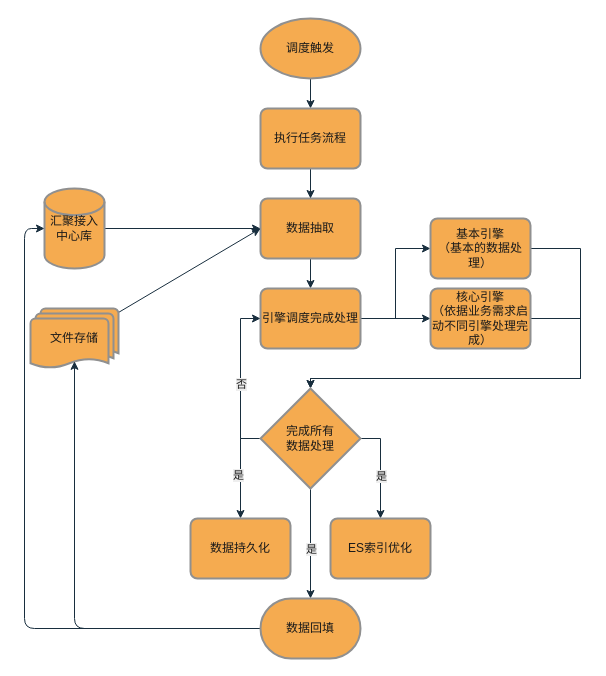
The draw.io diagram zyyt/引擎工作流程图.drawio in arno-yu/diagrams, before the edit. Source tidied: cells renumbered, new cells numbered last; positions are measured from the earlier drawing's top-left corner, leaving out a move shared by most shapes. Both pictures are drawn from the tidied source at 100%, with x=0, y=0 at pixel (30, 18).
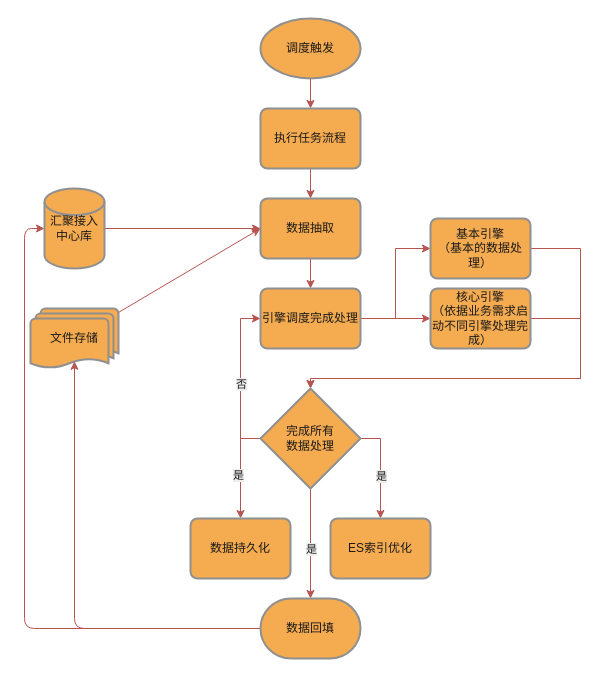
The same page after the edit.

Commit message (it also covers changes not shown here):
Update 引擎工作流程图.drawio

The change refers to these unchanged cells:
```xml
<mxCell id="3" value="数据抽取" style="rounded=1;whiteSpace=wrap;html=1;absoluteArcSize=1;arcSize=14;strokeWidth=2;fillColor=#F5AB50;strokeColor=#909090;fontColor=#1A1A1A;" parent="1" vertex="1">
  <mxGeometry x="230" y="180" width="100" height="60" as="geometry" />
</mxCell>
<mxCell id="5" value="汇聚接入中心库" style="strokeWidth=2;html=1;shape=mxgraph.flowchart.database;whiteSpace=wrap;fillColor=#F5AB50;strokeColor=#909090;fontColor=#1A1A1A;" parent="1" vertex="1">
  <mxGeometry x="14" y="170" width="60" height="80" as="geometry" />
</mxCell>
<mxCell id="7" value="文件存储" style="strokeWidth=2;html=1;shape=mxgraph.flowchart.multi-document;whiteSpace=wrap;fillColor=#F5AB50;strokeColor=#909090;fontColor=#1A1A1A;" parent="1" vertex="1">
  <mxGeometry y="290" width="88" height="60" as="geometry" />
</mxCell>
<mxCell id="9" value="&lt;span&gt;调度触发&lt;/span&gt;" style="strokeWidth=2;html=1;shape=mxgraph.flowchart.start_1;whiteSpace=wrap;fillColor=#F5AB50;strokeColor=#909090;fontColor=#1A1A1A;" parent="1" vertex="1">
  <mxGeometry x="230" width="100" height="60" as="geometry" />
</mxCell>
<mxCell id="12" value="引擎调度完成处理" style="rounded=1;whiteSpace=wrap;html=1;absoluteArcSize=1;arcSize=14;strokeWidth=2;fillColor=#F5AB50;strokeColor=#909090;fontColor=#1A1A1A;" parent="1" vertex="1">
  <mxGeometry x="230" y="270" width="100" height="60" as="geometry" />
</mxCell>
<mxCell id="14" value="执行任务流程" style="rounded=1;whiteSpace=wrap;html=1;absoluteArcSize=1;arcSize=14;strokeWidth=2;fillColor=#F5AB50;strokeColor=#909090;fontColor=#1A1A1A;" parent="1" vertex="1">
  <mxGeometry x="230" y="90" width="100" height="60" as="geometry" />
</mxCell>
<mxCell id="16" value="基本引擎&lt;br&gt;（基本的数据处理）&lt;br&gt;" style="rounded=1;whiteSpace=wrap;html=1;absoluteArcSize=1;arcSize=14;strokeWidth=2;fillColor=#F5AB50;strokeColor=#909090;fontColor=#1A1A1A;" parent="1" vertex="1">
  <mxGeometry x="400" y="200" width="100" height="60" as="geometry" />
</mxCell>
<mxCell id="18" value="核心引擎&lt;br&gt;（依据业务需求启动不同引擎处理完成）&lt;br&gt;" style="rounded=1;whiteSpace=wrap;html=1;absoluteArcSize=1;arcSize=14;strokeWidth=2;fillColor=#F5AB50;strokeColor=#909090;fontColor=#1A1A1A;" parent="1" vertex="1">
  <mxGeometry x="400" y="270" width="100" height="60" as="geometry" />
</mxCell>
<mxCell id="27" value="完成所有&lt;br&gt;数据处理" style="strokeWidth=2;html=1;shape=mxgraph.flowchart.decision;whiteSpace=wrap;fillColor=#F5AB50;strokeColor=#909090;fontColor=#1A1A1A;" parent="1" vertex="1">
  <mxGeometry x="230" y="370" width="100" height="100" as="geometry" />
</mxCell>
<mxCell id="30" value="数据回填" style="strokeWidth=2;html=1;shape=mxgraph.flowchart.terminator;whiteSpace=wrap;fillColor=#F5AB50;strokeColor=#909090;fontColor=#1A1A1A;" parent="1" vertex="1">
  <mxGeometry x="230" y="580" width="100" height="60" as="geometry" />
</mxCell>
<mxCell id="31" value="数据持久化" style="rounded=1;whiteSpace=wrap;html=1;absoluteArcSize=1;arcSize=14;strokeWidth=2;fillColor=#F5AB50;strokeColor=#909090;fontColor=#1A1A1A;" parent="1" vertex="1">
  <mxGeometry x="160" y="500" width="100" height="60" as="geometry" />
</mxCell>
<mxCell id="32" value="ES索引优化" style="rounded=1;whiteSpace=wrap;html=1;absoluteArcSize=1;arcSize=14;strokeWidth=2;fillColor=#F5AB50;strokeColor=#909090;fontColor=#1A1A1A;" parent="1" vertex="1">
  <mxGeometry x="300" y="500" width="100" height="60" as="geometry" />
</mxCell>
```

The edit, as a diff of the source:
```diff
@@
-    <mxCell id="2" style="edgeStyle=orthogonalEdgeStyle;rounded=0;jettySize=auto;html=1;entryX=0.5;entryY=0;entryDx=0;entryDy=0;strokeColor=#182E3E;fontColor=#1A1A1A;labelBackgroundColor=#EEEEEE;" parent="1" edge="1" source="3" target="12">
+    <mxCell id="2" style="edgeStyle=orthogonalEdgeStyle;rounded=0;jettySize=auto;html=1;entryX=0.5;entryY=0;entryDx=0;entryDy=0;strokeColor=#b85450;fontColor=#1A1A1A;labelBackgroundColor=#EEEEEE;gradientColor=#ea6b66;fillColor=#f8cecc;" parent="1" edge="1" source="3" target="12">
       <mxGeometry relative="1" as="geometry" />
     </mxCell>
@@
-    <mxCell id="4" style="edgeStyle=none;rounded=1;sketch=0;jettySize=auto;html=1;fontColor=#1A1A1A;strokeColor=#182E3E;" parent="1" edge="1" source="5" target="3">
+    <mxCell id="4" style="edgeStyle=none;rounded=1;sketch=0;jettySize=auto;html=1;fontColor=#1A1A1A;strokeColor=#b85450;gradientColor=#ea6b66;fillColor=#f8cecc;" parent="1" edge="1" source="5" target="3">
       <mxGeometry relative="1" as="geometry" />
     </mxCell>
@@
-    <mxCell id="6" style="edgeStyle=none;rounded=1;sketch=0;jettySize=auto;html=1;entryX=0;entryY=0.5;entryDx=0;entryDy=0;fontColor=#1A1A1A;strokeColor=#182E3E;" parent="1" edge="1" source="7" target="3">
+    <mxCell id="6" style="edgeStyle=none;rounded=1;sketch=0;jettySize=auto;html=1;entryX=0;entryY=0.5;entryDx=0;entryDy=0;fontColor=#1A1A1A;strokeColor=#b85450;gradientColor=#ea6b66;fillColor=#f8cecc;" parent="1" edge="1" source="7" target="3">
       <mxGeometry relative="1" as="geometry" />
     </mxCell>
@@
-    <mxCell id="8" style="edgeStyle=orthogonalEdgeStyle;rounded=0;jettySize=auto;html=1;strokeColor=#182E3E;fontColor=#1A1A1A;labelBackgroundColor=#EEEEEE;" parent="1" edge="1" source="9" target="14">
+    <mxCell id="8" style="edgeStyle=orthogonalEdgeStyle;rounded=0;jettySize=auto;html=1;strokeColor=#b85450;fontColor=#1A1A1A;labelBackgroundColor=#EEEEEE;gradientColor=#ea6b66;fillColor=#f8cecc;" parent="1" edge="1" source="9" target="14">
       <mxGeometry relative="1" as="geometry" />
     </mxCell>
@@
-    <mxCell id="10" style="edgeStyle=orthogonalEdgeStyle;rounded=0;jettySize=auto;html=1;strokeColor=#182E3E;fontColor=#1A1A1A;labelBackgroundColor=#EEEEEE;" parent="1" edge="1" source="12" target="18">
+    <mxCell id="10" style="edgeStyle=orthogonalEdgeStyle;rounded=0;jettySize=auto;html=1;strokeColor=#b85450;fontColor=#1A1A1A;labelBackgroundColor=#EEEEEE;gradientColor=#ea6b66;fillColor=#f8cecc;" parent="1" edge="1" source="12" target="18">
       <mxGeometry relative="1" as="geometry" />
     </mxCell>
-    <mxCell id="11" style="edgeStyle=orthogonalEdgeStyle;rounded=0;jettySize=auto;html=1;entryX=0;entryY=0.5;entryDx=0;entryDy=0;strokeColor=#182E3E;fontColor=#1A1A1A;labelBackgroundColor=#EEEEEE;" parent="1" edge="1" source="12" target="16">
+    <mxCell id="11" style="edgeStyle=orthogonalEdgeStyle;rounded=0;jettySize=auto;html=1;entryX=0;entryY=0.5;entryDx=0;entryDy=0;strokeColor=#b85450;fontColor=#1A1A1A;labelBackgroundColor=#EEEEEE;gradientColor=#ea6b66;fillColor=#f8cecc;" parent="1" edge="1" source="12" target="16">
       <mxGeometry relative="1" as="geometry" />
     </mxCell>
@@
-    <mxCell id="13" style="edgeStyle=orthogonalEdgeStyle;rounded=0;jettySize=auto;html=1;strokeColor=#182E3E;fontColor=#1A1A1A;labelBackgroundColor=#EEEEEE;" parent="1" edge="1" source="14" target="3">
+    <mxCell id="13" style="edgeStyle=orthogonalEdgeStyle;rounded=0;jettySize=auto;html=1;strokeColor=#b85450;fontColor=#1A1A1A;labelBackgroundColor=#EEEEEE;gradientColor=#ea6b66;fillColor=#f8cecc;" parent="1" edge="1" source="14" target="3">
       <mxGeometry relative="1" as="geometry" />
     </mxCell>
@@
-    <mxCell id="15" style="edgeStyle=orthogonalEdgeStyle;rounded=0;jettySize=auto;html=1;strokeColor=#182E3E;fontColor=#1A1A1A;labelBackgroundColor=#EEEEEE;" parent="1" edge="1" source="16" target="27">
+    <mxCell id="15" style="edgeStyle=orthogonalEdgeStyle;rounded=0;jettySize=auto;html=1;strokeColor=#b85450;fontColor=#1A1A1A;labelBackgroundColor=#EEEEEE;fillColor=#f8cecc;gradientColor=#ea6b66;" parent="1" edge="1" source="16" target="27">
       <mxGeometry relative="1" as="geometry">
         <Array as="points">
           <mxPoint x="550" y="230" />
           <mxPoint x="550" y="360" />
           <mxPoint x="280" y="360" />
         </Array>
       </mxGeometry>
     </mxCell>
@@
-    <mxCell id="17" style="edgeStyle=orthogonalEdgeStyle;rounded=0;jettySize=auto;html=1;entryX=0.5;entryY=0;entryDx=0;entryDy=0;entryPerimeter=0;strokeColor=#182E3E;fontColor=#1A1A1A;labelBackgroundColor=#EEEEEE;" parent="1" edge="1" source="18" target="27">
+    <mxCell id="17" style="edgeStyle=orthogonalEdgeStyle;rounded=0;jettySize=auto;html=1;entryX=0.5;entryY=0;entryDx=0;entryDy=0;entryPerimeter=0;strokeColor=#b85450;fontColor=#1A1A1A;labelBackgroundColor=#EEEEEE;gradientColor=#ea6b66;fillColor=#f8cecc;" parent="1" edge="1" source="18" target="27">
       <mxGeometry relative="1" as="geometry">
         <Array as="points">
           <mxPoint x="550" y="300" />
           <mxPoint x="550" y="360" />
           <mxPoint x="280" y="360" />
         </Array>
       </mxGeometry>
     </mxCell>
@@
-    <mxCell id="19" style="edgeStyle=orthogonalEdgeStyle;rounded=0;jettySize=auto;html=1;entryX=0.5;entryY=0;entryDx=0;entryDy=0;entryPerimeter=0;strokeColor=#182E3E;fontColor=#1A1A1A;labelBackgroundColor=#EEEEEE;" parent="1" edge="1" source="27" target="30">
+    <mxCell id="19" style="edgeStyle=orthogonalEdgeStyle;rounded=0;jettySize=auto;html=1;entryX=0.5;entryY=0;entryDx=0;entryDy=0;entryPerimeter=0;strokeColor=#b85450;fontColor=#1A1A1A;labelBackgroundColor=#EEEEEE;gradientColor=#ea6b66;fillColor=#f8cecc;" parent="1" edge="1" source="27" target="30">
       <mxGeometry relative="1" as="geometry" />
     </mxCell>
@@
-    <mxCell id="21" style="edgeStyle=orthogonalEdgeStyle;rounded=0;jettySize=auto;html=1;exitX=1;exitY=0.5;exitDx=0;exitDy=0;exitPerimeter=0;entryX=0.5;entryY=0;entryDx=0;entryDy=0;strokeColor=#182E3E;fontColor=#1A1A1A;labelBackgroundColor=#EEEEEE;" parent="1" edge="1" source="27" target="32">
+    <mxCell id="21" style="edgeStyle=orthogonalEdgeStyle;rounded=0;jettySize=auto;html=1;exitX=1;exitY=0.5;exitDx=0;exitDy=0;exitPerimeter=0;entryX=0.5;entryY=0;entryDx=0;entryDy=0;strokeColor=#b85450;fontColor=#1A1A1A;labelBackgroundColor=#EEEEEE;gradientColor=#ea6b66;fillColor=#f8cecc;" parent="1" edge="1" source="27" target="32">
       <mxGeometry relative="1" as="geometry" />
     </mxCell>
@@
-    <mxCell id="23" style="edgeStyle=orthogonalEdgeStyle;rounded=0;jettySize=auto;html=1;exitX=0;exitY=0.5;exitDx=0;exitDy=0;exitPerimeter=0;entryX=0.5;entryY=0;entryDx=0;entryDy=0;strokeColor=#182E3E;fontColor=#1A1A1A;labelBackgroundColor=#EEEEEE;" parent="1" edge="1" source="27" target="31">
+    <mxCell id="23" style="edgeStyle=orthogonalEdgeStyle;rounded=0;jettySize=auto;html=1;exitX=0;exitY=0.5;exitDx=0;exitDy=0;exitPerimeter=0;entryX=0.5;entryY=0;entryDx=0;entryDy=0;strokeColor=#b85450;fontColor=#1A1A1A;labelBackgroundColor=#EEEEEE;gradientColor=#ea6b66;fillColor=#f8cecc;" parent="1" edge="1" source="27" target="31">
       <mxGeometry relative="1" as="geometry" />
     </mxCell>
@@
-    <mxCell id="25" style="edgeStyle=orthogonalEdgeStyle;rounded=0;jettySize=auto;html=1;entryX=0;entryY=0.5;entryDx=0;entryDy=0;exitX=0;exitY=0.5;exitDx=0;exitDy=0;exitPerimeter=0;strokeColor=#182E3E;fontColor=#1A1A1A;labelBackgroundColor=#EEEEEE;" parent="1" edge="1" source="27" target="12">
+    <mxCell id="25" style="edgeStyle=orthogonalEdgeStyle;rounded=0;jettySize=auto;html=1;entryX=0;entryY=0.5;entryDx=0;entryDy=0;exitX=0;exitY=0.5;exitDx=0;exitDy=0;exitPerimeter=0;strokeColor=#b85450;fontColor=#1A1A1A;labelBackgroundColor=#EEEEEE;gradientColor=#ea6b66;fillColor=#f8cecc;" parent="1" edge="1" source="27" target="12">
       <mxGeometry relative="1" as="geometry" />
     </mxCell>
@@
-    <mxCell id="28" style="edgeStyle=orthogonalEdgeStyle;rounded=1;sketch=0;jettySize=auto;html=1;entryX=0.5;entryY=0.88;entryDx=0;entryDy=0;entryPerimeter=0;fontColor=#1A1A1A;strokeColor=#182E3E;" parent="1" edge="1" source="30" target="7">
+    <mxCell id="28" style="edgeStyle=orthogonalEdgeStyle;rounded=1;sketch=0;jettySize=auto;html=1;entryX=0.5;entryY=0.88;entryDx=0;entryDy=0;entryPerimeter=0;fontColor=#1A1A1A;strokeColor=#b85450;gradientColor=#ea6b66;fillColor=#f8cecc;" parent="1" edge="1" source="30" target="7">
       <mxGeometry relative="1" as="geometry" />
     </mxCell>
-    <mxCell id="29" style="edgeStyle=orthogonalEdgeStyle;rounded=1;sketch=0;jettySize=auto;html=1;entryX=0;entryY=0.5;entryDx=0;entryDy=0;entryPerimeter=0;fontColor=#1A1A1A;strokeColor=#182E3E;" parent="1" edge="1" source="30" target="5">
+    <mxCell id="29" style="edgeStyle=orthogonalEdgeStyle;rounded=1;sketch=0;jettySize=auto;html=1;entryX=0;entryY=0.5;entryDx=0;entryDy=0;entryPerimeter=0;fontColor=#1A1A1A;strokeColor=#b85450;gradientColor=#ea6b66;fillColor=#f8cecc;" parent="1" edge="1" source="30" target="5">
       <mxGeometry relative="1" as="geometry" />
     </mxCell>
```
